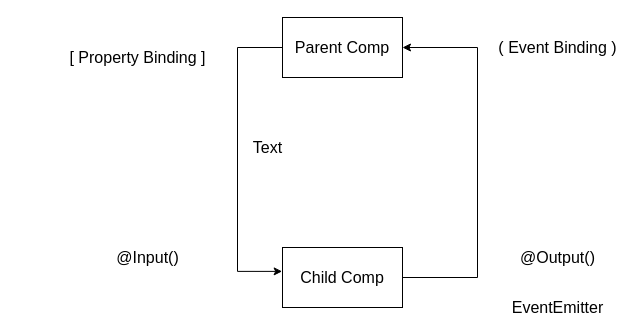
Above: page "Page-7" (7 of 8) of refs/diagrams.drawio in synergy2411/citius-jan22 (draw.io), before the change. Source tidied: cells renumbered, new cells numbered last; positions are measured from the earlier drawing's top-left corner, leaving out a move shared by most shapes. Both pictures are drawn from the tidied source at 100%, with x=0, y=0 at pixel (62, 17).
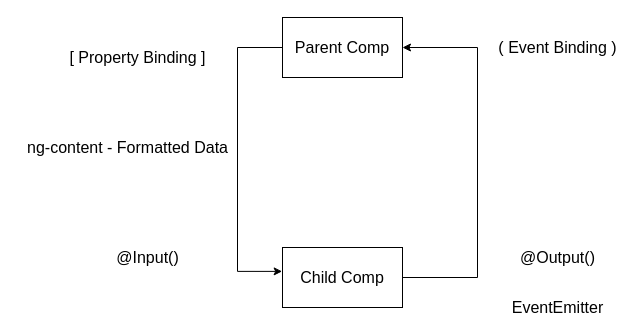
The same diagram, later.

Commit message (it also covers changes not shown here):
notes app added

The edit, as a diff of the source:
```diff
@@
 <mxGraphModel>
   <root>
     <mxCell id="0" />
     <mxCell id="1" parent="0" />
     <mxCell id="2" style="edgeStyle=orthogonalEdgeStyle;rounded=0;jettySize=auto;html=1;exitX=0;exitY=0.5;exitDx=0;exitDy=0;entryX=-0.003;entryY=0.398;entryDx=0;entryDy=0;entryPerimeter=0;fontSize=16;" parent="1" edge="1" source="3" target="5">
       <mxGeometry relative="1" as="geometry">
         <Array as="points">
           <mxPoint x="175" y="30" />
           <mxPoint x="175" y="254" />
         </Array>
       </mxGeometry>
     </mxCell>
     <mxCell id="3" value="Parent Comp" style="rounded=0;whiteSpace=wrap;html=1;fontSize=16;" parent="1" vertex="1">
       <mxGeometry x="220" width="120" height="60" as="geometry" />
     </mxCell>
     <mxCell id="4" style="edgeStyle=orthogonalEdgeStyle;rounded=0;jettySize=auto;html=1;exitX=1;exitY=0.5;exitDx=0;exitDy=0;entryX=1;entryY=0.5;entryDx=0;entryDy=0;fontSize=16;" parent="1" edge="1" source="5" target="3">
       <mxGeometry relative="1" as="geometry">
         <Array as="points">
           <mxPoint x="415" y="260" />
           <mxPoint x="415" y="30" />
         </Array>
       </mxGeometry>
     </mxCell>
     <mxCell id="5" value="Child Comp" style="rounded=0;whiteSpace=wrap;html=1;fontSize=16;" parent="1" vertex="1">
       <mxGeometry x="220" y="230" width="120" height="60" as="geometry" />
     </mxCell>
     <mxCell id="6" value="[ Property Binding ]" style="text;html=1;align=center;verticalAlign=middle;strokeColor=none;fillColor=none;fontSize=16;" parent="1" vertex="1">
       <mxGeometry y="30" width="150" height="20" as="geometry" />
     </mxCell>
     <mxCell id="7" value="@Input()" style="text;html=1;align=center;verticalAlign=middle;strokeColor=none;fillColor=none;fontSize=16;" parent="1" vertex="1">
       <mxGeometry x="45" y="230" width="80" height="20" as="geometry" />
     </mxCell>
     <mxCell id="8" value="( Event Binding )" style="text;html=1;align=center;verticalAlign=middle;strokeColor=none;fillColor=none;fontSize=16;" parent="1" vertex="1">
       <mxGeometry x="430" y="20" width="130" height="20" as="geometry" />
     </mxCell>
     <mxCell id="9" value="EventEmitter" style="text;html=1;align=center;verticalAlign=middle;strokeColor=none;fillColor=none;fontSize=16;" parent="1" vertex="1">
       <mxGeometry x="440" y="280" width="110" height="20" as="geometry" />
     </mxCell>
     <mxCell id="10" value="@Output()" style="text;html=1;align=center;verticalAlign=middle;strokeColor=none;fillColor=none;fontSize=16;" parent="1" vertex="1">
       <mxGeometry x="450" y="230" width="90" height="20" as="geometry" />
     </mxCell>
-    <mxCell id="11" value="Text" style="text;html=1;align=center;verticalAlign=middle;strokeColor=none;fillColor=none;fontSize=16;" parent="1" vertex="1">
-      <mxGeometry x="185" y="120" width="40" height="20" as="geometry" />
+    <mxCell id="11" value="ng-content - Formatted Data" style="text;html=1;align=center;verticalAlign=middle;strokeColor=none;fillColor=none;fontSize=16;" parent="1" vertex="1">
+      <mxGeometry x="-45" y="120" width="220" height="20" as="geometry" />
     </mxCell>
   </root>
 </mxGraphModel>
```
